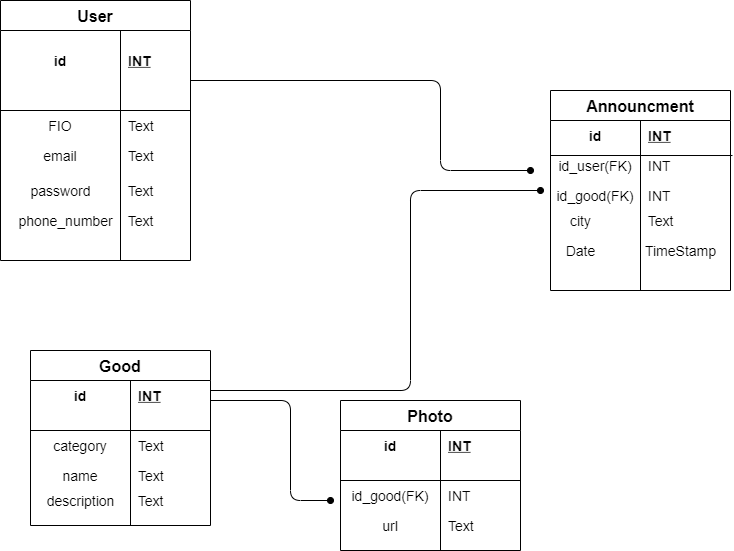
This is DataBase.png from Amir0701/Rustem, a draw.io export, as it was before one commit. Source tidied: cells renumbered, new cells last; positions are measured from the earlier drawing's top-left corner, leaving out a move shared by most shapes.
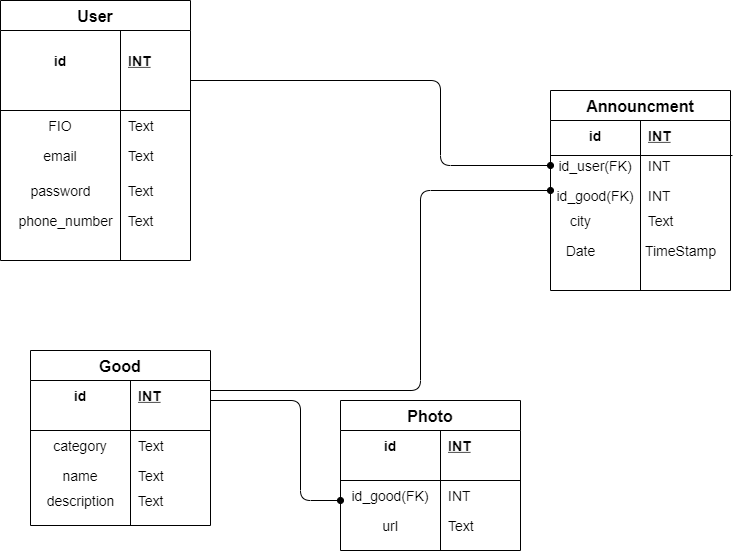
The same diagram one commit later.

Diff of the diagram source:
```diff
@@ -2,33 +2,32 @@
   <root>
     <mxCell id="0" />
     <mxCell id="1" parent="0" />
-    <mxCell id="2" style="endArrow=oval;html=1;endFill=1;" parent="1" edge="1">
+    <mxCell id="2" style="endArrow=oval;html=1;endFill=1;entryX=0;entryY=0.5;entryDx=0;entryDy=0;" parent="1" edge="1" target="26">
       <mxGeometry relative="1" as="geometry">
         <mxPoint x="190" y="80" as="sourcePoint" />
-        <mxPoint x="530" y="170" as="targetPoint" />
         <Array as="points">
           <mxPoint x="440" y="80" />
-          <mxPoint x="440" y="170" />
+          <mxPoint x="440" y="165" />
         </Array>
       </mxGeometry>
     </mxCell>
     <mxCell id="3" style="endArrow=oval;html=1;endFill=1;" parent="1" edge="1">
       <mxGeometry relative="1" as="geometry">
         <mxPoint x="210" y="390" as="sourcePoint" />
-        <mxPoint x="540" y="190" as="targetPoint" />
+        <mxPoint x="550" y="190" as="targetPoint" />
         <Array as="points">
-          <mxPoint x="410" y="390" />
-          <mxPoint x="410" y="190" />
+          <mxPoint x="420" y="390" />
+          <mxPoint x="420" y="190" />
         </Array>
       </mxGeometry>
     </mxCell>
     <mxCell id="4" style="endArrow=oval;html=1;endFill=1;" parent="1" edge="1">
       <mxGeometry relative="1" as="geometry">
         <mxPoint x="210" y="400" as="sourcePoint" />
-        <mxPoint x="330" y="500" as="targetPoint" />
+        <mxPoint x="340" y="500" as="targetPoint" />
         <Array as="points">
-          <mxPoint x="290" y="400" />
-          <mxPoint x="290" y="500" />
+          <mxPoint x="300" y="400" />
+          <mxPoint x="300" y="500" />
         </Array>
       </mxGeometry>
     </mxCell>
```
